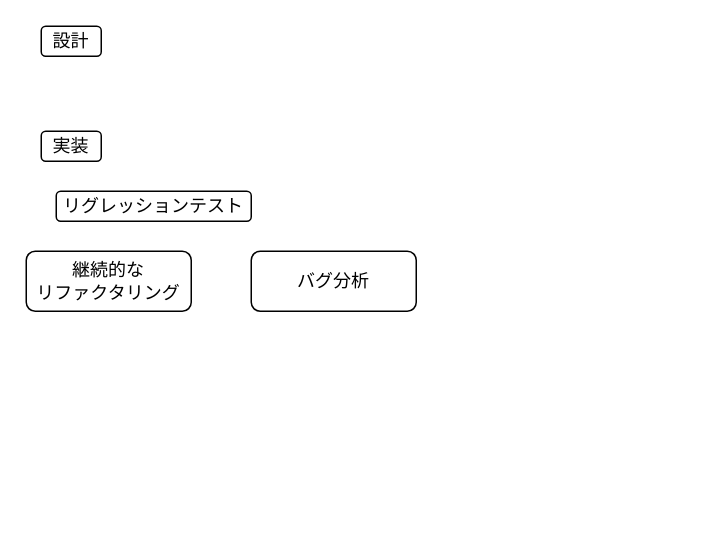
Above: images/continuous-delivery-by-multinational-team/domain.drawio in shotaIDE/zenn (draw.io), before the change. Source tidied: cells renumbered, new cells numbered last; positions are measured from the earlier drawing's top-left corner, leaving out a move shared by most shapes. Both pictures are drawn from the tidied source at 150%, with x=0, y=0 at pixel (26, 26).
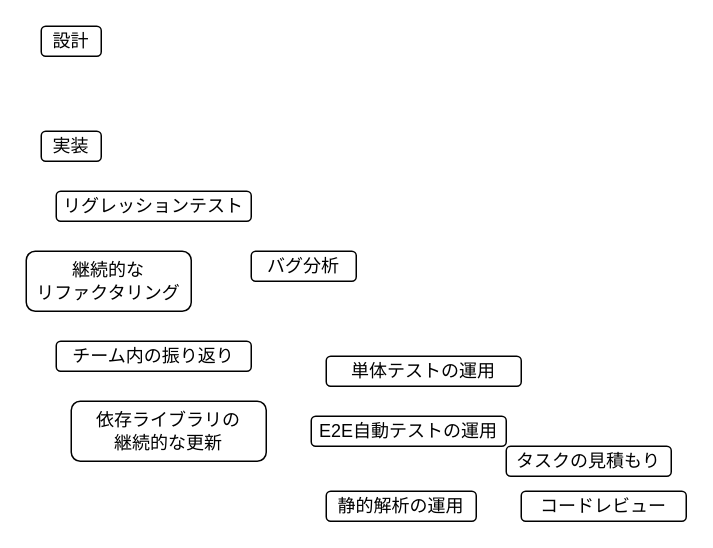
The same page after the edit.

The edit, as a diff of the source:
```diff
@@
 <mxGraphModel>
   <root>
     <mxCell id="0" />
     <mxCell id="1" parent="0" />
     <mxCell id="2" value="設計" style="rounded=1;whiteSpace=wrap;html=1;" parent="1" vertex="1">
       <mxGeometry x="10" width="40" height="20" as="geometry" />
     </mxCell>
     <mxCell id="3" value="実装" style="rounded=1;whiteSpace=wrap;html=1;" parent="1" vertex="1">
       <mxGeometry x="10" y="70" width="40" height="20" as="geometry" />
     </mxCell>
     <mxCell id="4" value="リグレッションテスト" style="rounded=1;whiteSpace=wrap;html=1;" parent="1" vertex="1">
       <mxGeometry x="20" y="110" width="130" height="20" as="geometry" />
     </mxCell>
     <mxCell id="5" value="継続的な&lt;br&gt;リファクタリング" style="rounded=1;whiteSpace=wrap;html=1;" parent="1" vertex="1">
       <mxGeometry y="150" width="110" height="40" as="geometry" />
     </mxCell>
     <mxCell id="6" value="バグ分析" style="rounded=1;whiteSpace=wrap;html=1;" parent="1" vertex="1">
-      <mxGeometry x="150" y="150" width="110" height="40" as="geometry" />
+      <mxGeometry x="150" y="150" width="70" height="20" as="geometry" />
     </mxCell>
+    <mxCell id="7" value="チーム内の振り返り" style="rounded=1;whiteSpace=wrap;html=1;" parent="1" vertex="1">
+      <mxGeometry x="20" y="210" width="130" height="20" as="geometry" />
+    </mxCell>
+    <mxCell id="8" value="依存ライブラリの&lt;br&gt;継続的な更新" style="rounded=1;whiteSpace=wrap;html=1;" parent="1" vertex="1">
+      <mxGeometry x="30" y="250" width="130" height="40" as="geometry" />
+    </mxCell>
+    <mxCell id="9" value="単体テストの運用" style="rounded=1;whiteSpace=wrap;html=1;" parent="1" vertex="1">
+      <mxGeometry x="200" y="220" width="130" height="20" as="geometry" />
+    </mxCell>
+    <mxCell id="10" value="E2E自動テストの運用" style="rounded=1;whiteSpace=wrap;html=1;" parent="1" vertex="1">
+      <mxGeometry x="190" y="260" width="130" height="20" as="geometry" />
+    </mxCell>
+    <mxCell id="11" value="静的解析の運用" style="rounded=1;whiteSpace=wrap;html=1;" parent="1" vertex="1">
+      <mxGeometry x="200" y="310" width="100" height="20" as="geometry" />
+    </mxCell>
+    <mxCell id="12" value="タスクの見積もり" style="rounded=1;whiteSpace=wrap;html=1;" parent="1" vertex="1">
+      <mxGeometry x="320" y="280" width="110" height="20" as="geometry" />
+    </mxCell>
+    <mxCell id="13" value="コードレビュー" style="rounded=1;whiteSpace=wrap;html=1;" parent="1" vertex="1">
+      <mxGeometry x="330" y="310" width="110" height="20" as="geometry" />
+    </mxCell>
   </root>
 </mxGraphModel>
```
